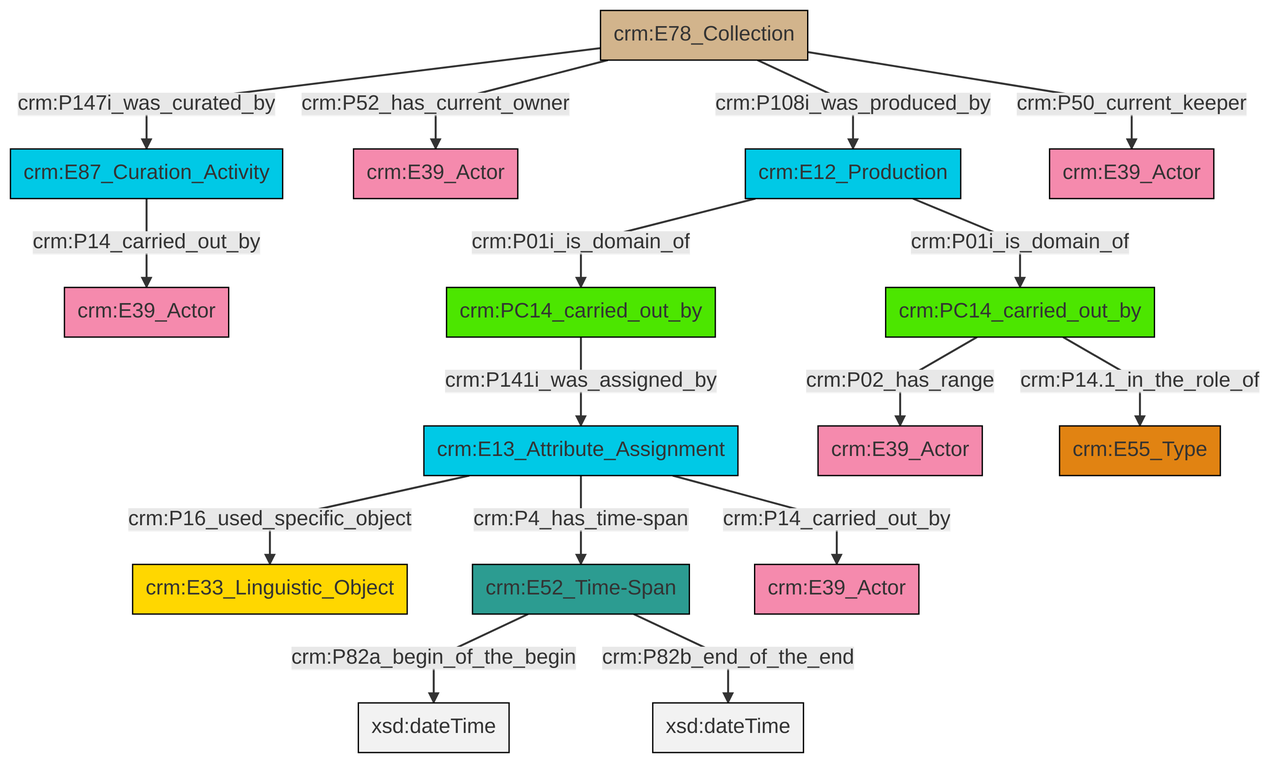
Before: et/archivalCSV/ttl/mmd/png/archival_relation.png, a diagram exported from Mermaid (swiss-art-research-net/docs.swissartresearch). Its source is kept beside it as et/archivalCSV/ttl/mmd/archival_relation.ttl.mmd.
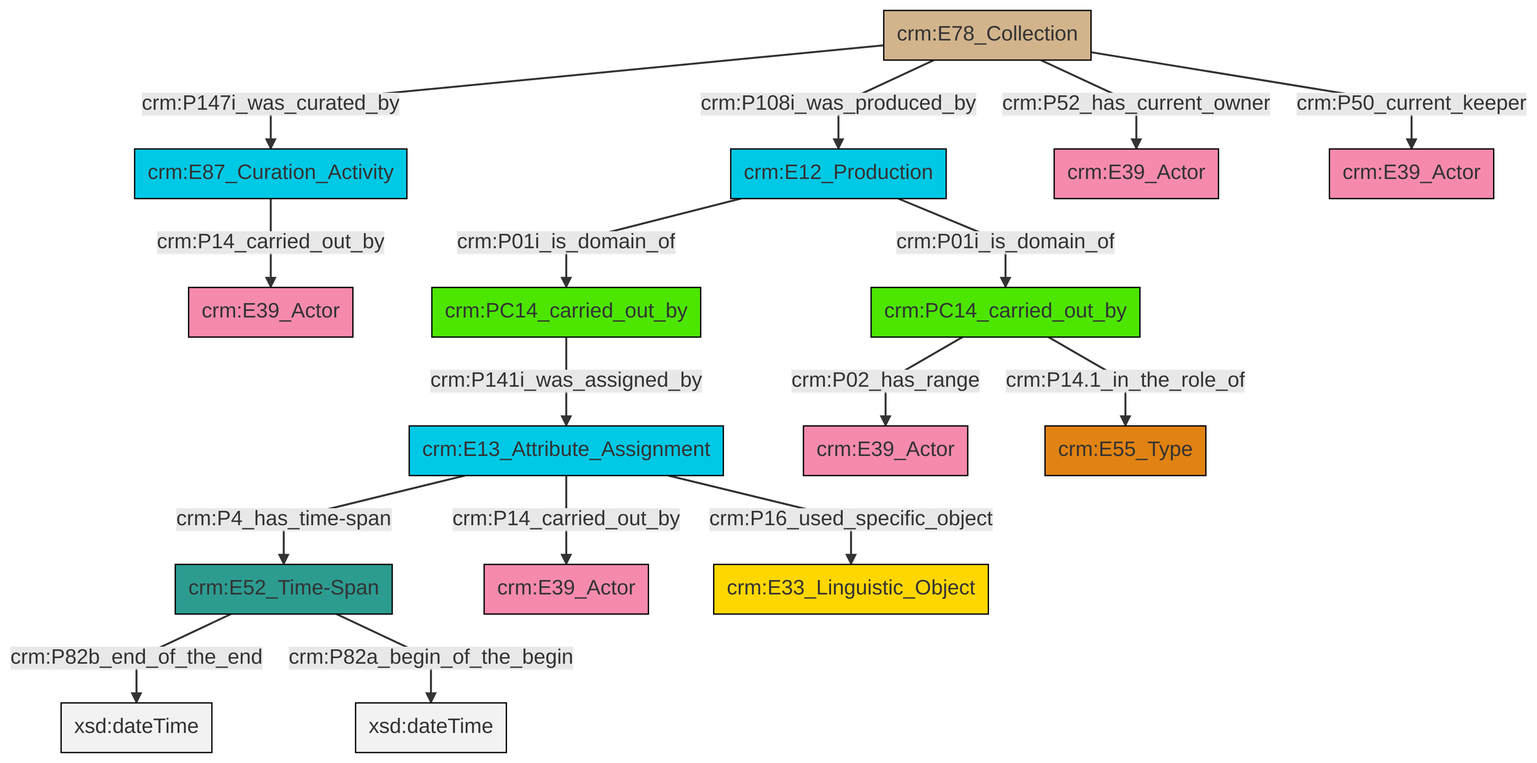
After the change.

The edit, as a diff of the source:
```diff
@@ -13,18 +13,18 @@
 classDef PC_Classes fill:#4ce600, stroke:#000000;
 classDef Multi fill:#cccccc,stroke:#000000;
 
-6["crm:PC14_carried_out_by"]:::PC_Classes -->|crm:P02_has_range| 7["crm:E39_Actor"]:::Actor
-11["crm:E13_Attribute_Assignment"]:::Temporal_Entity -->|crm:P16_used_specific_object| 12["crm:E33_Linguistic_Object"]:::Conceptual_Object
-6["crm:PC14_carried_out_by"]:::PC_Classes -->|crm:P14.1_in_the_role_of| 14["crm:E55_Type"]:::Type
-9["crm:E78_Collection"]:::Physical_Thing -->|crm:P147i_was_curated_by| 15["crm:E87_Curation_Activity"]:::Temporal_Entity
-16["crm:E52_Time-Span"]:::Time-Span -->|crm:P82a_begin_of_the_begin| 17[xsd:dateTime]:::Literal
-11["crm:E13_Attribute_Assignment"]:::Temporal_Entity -->|crm:P4_has_time-span| 16["crm:E52_Time-Span"]:::Time-Span
-9["crm:E78_Collection"]:::Physical_Thing -->|crm:P52_has_current_owner| 19["crm:E39_Actor"]:::Actor
-16["crm:E52_Time-Span"]:::Time-Span -->|crm:P82b_end_of_the_end| 22[xsd:dateTime]:::Literal
-0["crm:E12_Production"]:::Temporal_Entity -->|crm:P01i_is_domain_of| 20["crm:PC14_carried_out_by"]:::PC_Classes
-11["crm:E13_Attribute_Assignment"]:::Temporal_Entity -->|crm:P14_carried_out_by| 24["crm:E39_Actor"]:::Actor
-9["crm:E78_Collection"]:::Physical_Thing -->|crm:P108i_was_produced_by| 0["crm:E12_Production"]:::Temporal_Entity
-0["crm:E12_Production"]:::Temporal_Entity -->|crm:P01i_is_domain_of| 6["crm:PC14_carried_out_by"]:::PC_Classes
-20["crm:PC14_carried_out_by"]:::PC_Classes -->|crm:P141i_was_assigned_by| 11["crm:E13_Attribute_Assignment"]:::Temporal_Entity
-15["crm:E87_Curation_Activity"]:::Temporal_Entity -->|crm:P14_carried_out_by| 4["crm:E39_Actor"]:::Actor
-9["crm:E78_Collection"]:::Physical_Thing -->|crm:P50_current_keeper| 2["crm:E39_Actor"]:::Actor
+2["crm:E13_Attribute_Assignment"]:::Temporal_Entity -->|crm:P4_has_time-span| 3["crm:E52_Time-Span"]:::Time-Span
+4["crm:E78_Collection"]:::Physical_Thing -->|crm:P108i_was_produced_by| 5["crm:E12_Production"]:::Temporal_Entity
+5["crm:E12_Production"]:::Temporal_Entity -->|crm:P01i_is_domain_of| 8["crm:PC14_carried_out_by"]:::PC_Classes
+11["crm:PC14_carried_out_by"]:::PC_Classes -->|crm:P02_has_range| 12["crm:E39_Actor"]:::Actor
+2["crm:E13_Attribute_Assignment"]:::Temporal_Entity -->|crm:P16_used_specific_object| 13["crm:E33_Linguistic_Object"]:::Conceptual_Object
+11["crm:PC14_carried_out_by"]:::PC_Classes -->|crm:P14.1_in_the_role_of| 15["crm:E55_Type"]:::Type
+9["crm:E87_Curation_Activity"]:::Temporal_Entity -->|crm:P14_carried_out_by| 0["crm:E39_Actor"]:::Actor
+2["crm:E13_Attribute_Assignment"]:::Temporal_Entity -->|crm:P14_carried_out_by| 6["crm:E39_Actor"]:::Actor
+4["crm:E78_Collection"]:::Physical_Thing -->|crm:P147i_was_curated_by| 9["crm:E87_Curation_Activity"]:::Temporal_Entity
+4["crm:E78_Collection"]:::Physical_Thing -->|crm:P50_current_keeper| 22["crm:E39_Actor"]:::Actor
+3["crm:E52_Time-Span"]:::Time-Span -->|crm:P82b_end_of_the_end| 23[xsd:dateTime]:::Literal
+4["crm:E78_Collection"]:::Physical_Thing -->|crm:P52_has_current_owner| 18["crm:E39_Actor"]:::Actor
+8["crm:PC14_carried_out_by"]:::PC_Classes -->|crm:P141i_was_assigned_by| 2["crm:E13_Attribute_Assignment"]:::Temporal_Entity
+3["crm:E52_Time-Span"]:::Time-Span -->|crm:P82a_begin_of_the_begin| 27[xsd:dateTime]:::Literal
+5["crm:E12_Production"]:::Temporal_Entity -->|crm:P01i_is_domain_of| 11["crm:PC14_carried_out_by"]:::PC_Classes
```
